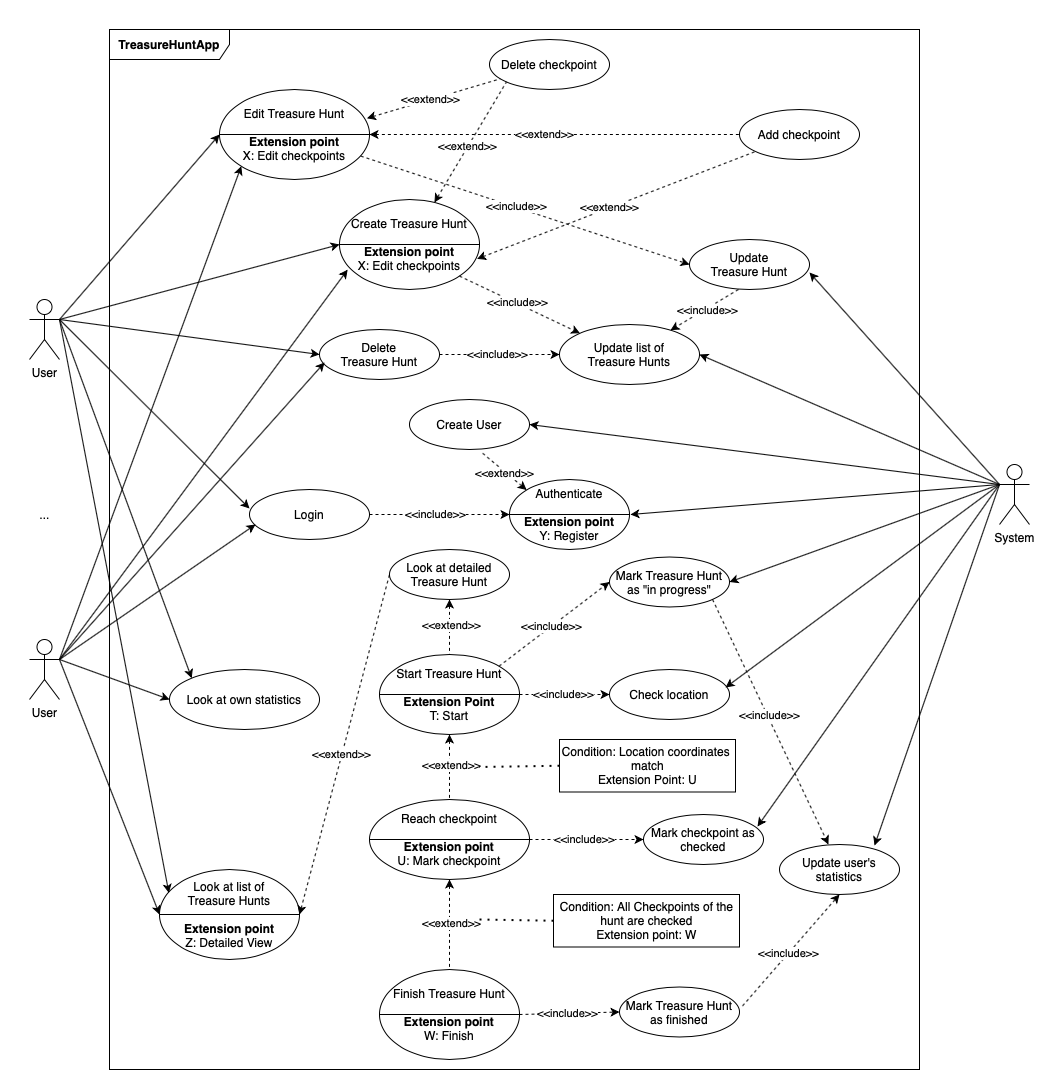
Before: UML/Use_Case_Diagram.png, a diagram exported from draw.io (vynguyen1/treasure-hunt-app-ds-20-21). Source tidied: cells renumbered, new cells last; positions are measured from the earlier drawing's top-left corner, leaving out a move shared by most shapes.
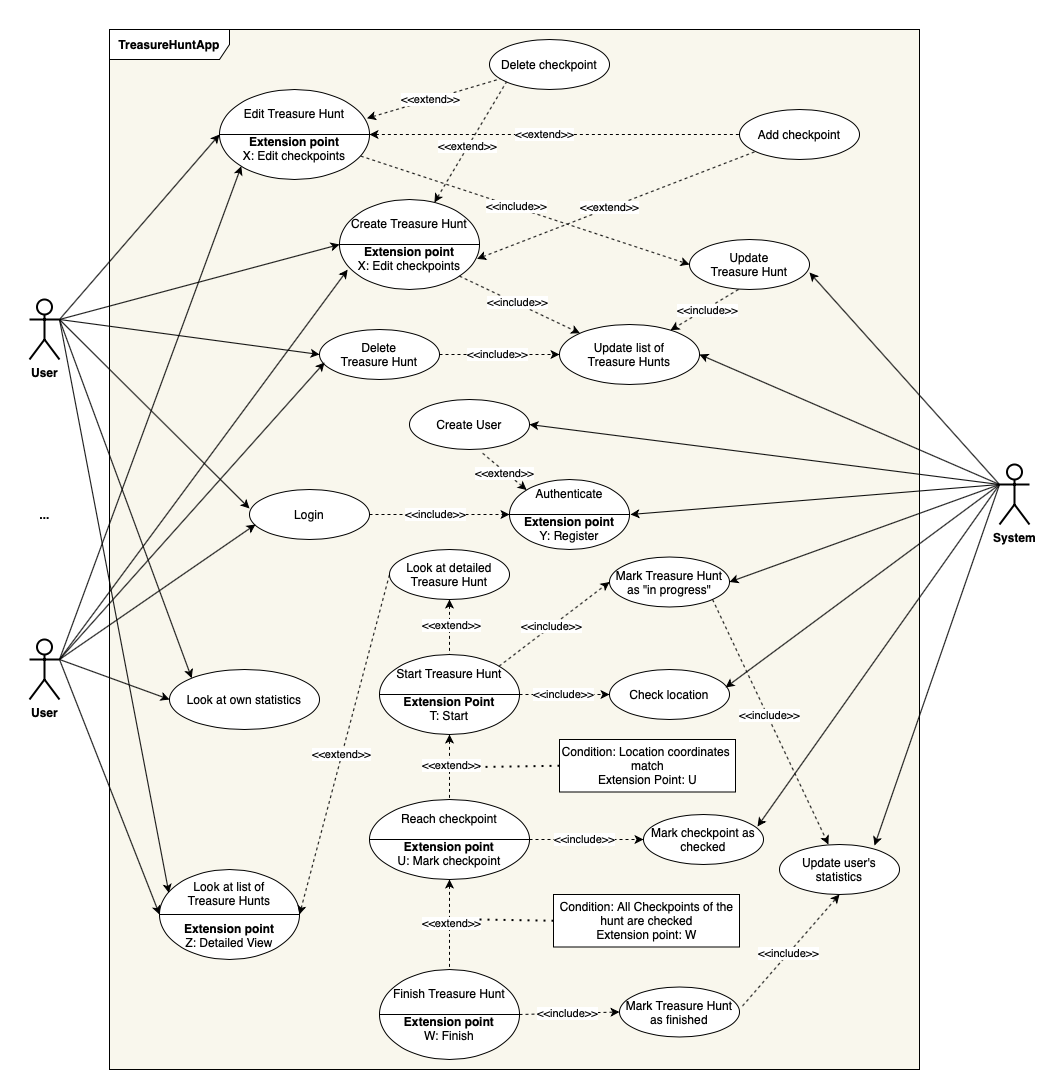
Above is the later version.

Commit message:
Update Readme & Use-Case Diagram

Change to the diagram source:
```diff
@@ -2,16 +2,16 @@
   <root>
     <mxCell id="0" />
     <mxCell id="1" parent="0" />
-    <mxCell id="2" value="TreasureHuntApp" style="shape=umlFrame;whiteSpace=wrap;html=1;width=120;height=30;fontStyle=1;" parent="1" vertex="1">
+    <mxCell id="2" value="TreasureHuntApp" style="shape=umlFrame;whiteSpace=wrap;html=1;width=120;height=30;fontStyle=1;swimlaneFillColor=#F9F7ED;" parent="1" vertex="1">
       <mxGeometry x="80" width="810" height="1040" as="geometry" />
     </mxCell>
-    <mxCell id="3" value="User" style="shape=umlActor;verticalLabelPosition=bottom;verticalAlign=top;html=1;" parent="1" vertex="1">
+    <mxCell id="3" value="&lt;b&gt;User&lt;/b&gt;" style="shape=umlActor;verticalLabelPosition=bottom;verticalAlign=top;html=1;strokeWidth=2;" parent="1" vertex="1">
       <mxGeometry y="270" width="30" height="60" as="geometry" />
     </mxCell>
-    <mxCell id="4" value="User" style="shape=umlActor;verticalLabelPosition=bottom;verticalAlign=top;html=1;" parent="1" vertex="1">
+    <mxCell id="4" value="&lt;b&gt;User&lt;/b&gt;" style="shape=umlActor;verticalLabelPosition=bottom;verticalAlign=top;html=1;strokeWidth=2;" parent="1" vertex="1">
       <mxGeometry y="610" width="30" height="60" as="geometry" />
     </mxCell>
-    <mxCell id="5" value="..." style="text;html=1;align=center;verticalAlign=middle;" parent="1" vertex="1">
+    <mxCell id="5" value="&lt;b&gt;...&lt;/b&gt;" style="text;html=1;align=center;verticalAlign=middle;" parent="1" vertex="1">
       <mxGeometry y="475" width="30" height="20" as="geometry" />
     </mxCell>
     <mxCell id="6" value="Create&amp;nbsp;Treasure Hunt&lt;br&gt;&lt;br&gt;&lt;b&gt;Extension point&lt;/b&gt;&lt;br&gt;X: Edit checkpoints" style="ellipse;whiteSpace=wrap;html=1;" parent="1" vertex="1">
@@ -138,7 +138,7 @@
     <mxCell id="45" style="endArrow=classic;html=1;entryX=0.05;entryY=0.7;entryDx=0;entryDy=0;entryPerimeter=0;exitX=1;exitY=0.3333333333333333;exitDx=0;exitDy=0;exitPerimeter=0;" parent="1" edge="1" source="4" target="43">
       <mxGeometry relative="1" as="geometry" />
     </mxCell>
-    <mxCell id="46" value="System" style="shape=umlActor;verticalLabelPosition=bottom;verticalAlign=top;html=1;" parent="1" vertex="1">
+    <mxCell id="46" value="&lt;b&gt;System&lt;/b&gt;" style="shape=umlActor;verticalLabelPosition=bottom;verticalAlign=top;html=1;strokeWidth=2;" parent="1" vertex="1">
       <mxGeometry x="970" y="435" width="30" height="60" as="geometry" />
     </mxCell>
     <mxCell id="47" style="endArrow=classic;html=1;exitX=1;exitY=0.3333333333333333;exitDx=0;exitDy=0;exitPerimeter=0;entryX=0;entryY=0;entryDx=0;entryDy=0;" parent="1" edge="1" source="3" target="12">
```
